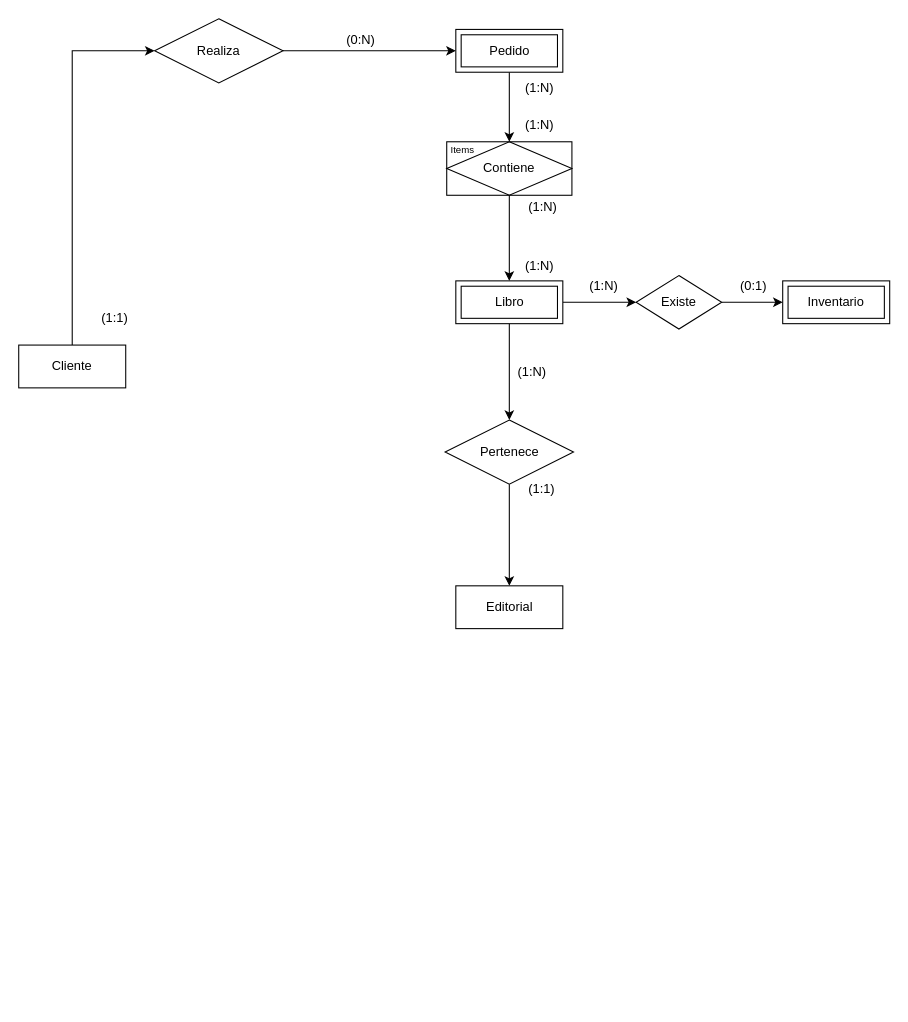
Earlier version of the draw.io diagram modelo.drawio (Starleen1996/Modelado_Datos). Source tidied: cells renumbered, new cells numbered last; positions are measured from the earlier drawing's top-left corner, leaving out a move shared by most shapes. Both pictures are drawn from the tidied source at 107%, with x=0, y=0 at pixel (18, 18).
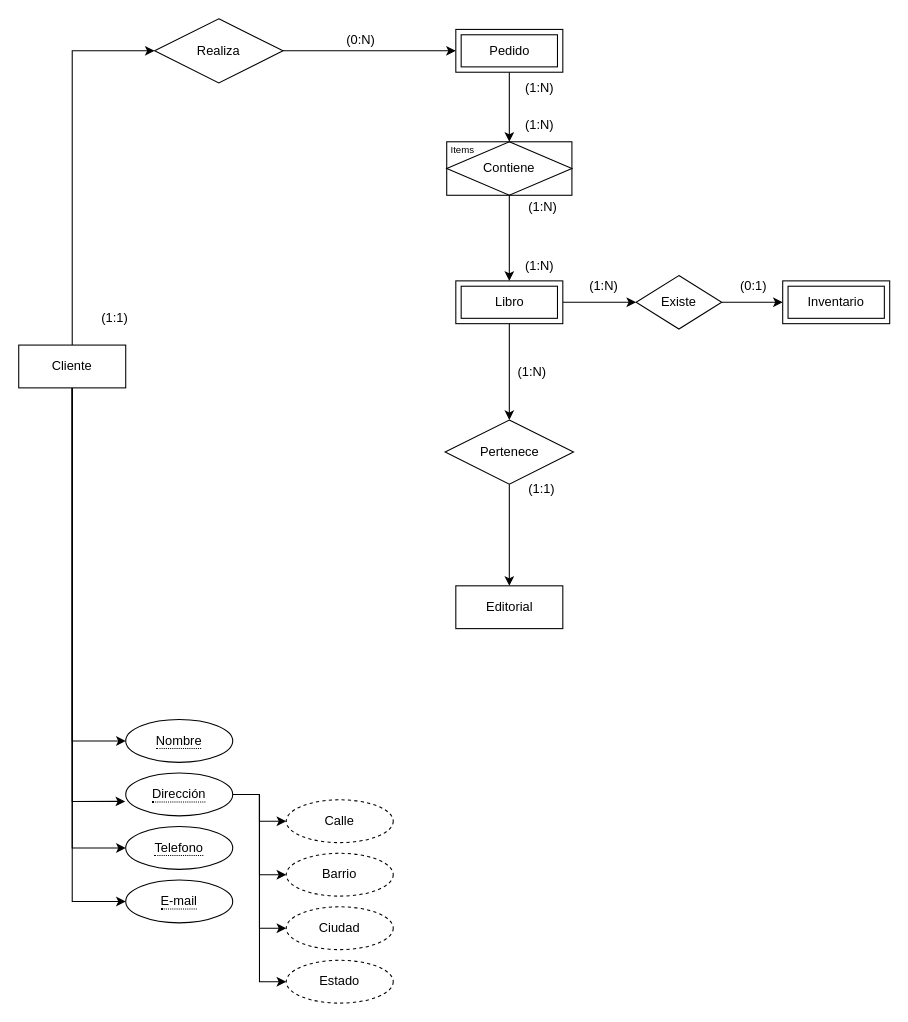
The same diagram, later.

The change refers to these unchanged cells:
```xml
<mxCell id="3" value="Cliente" style="whiteSpace=wrap;html=1;align=center;" parent="1" vertex="1">
  <mxGeometry y="305" width="100" height="40" as="geometry" />
</mxCell>
```

What changed in the source:
```diff
@@
+    <mxCell id="30" style="edgeStyle=orthogonalEdgeStyle;rounded=0;jettySize=auto;html=1;entryX=0;entryY=0.5;entryDx=0;entryDy=0;exitX=0.5;exitY=1;exitDx=0;exitDy=0;" parent="1" edge="1" source="3" target="33">
+      <mxGeometry relative="1" as="geometry" />
+    </mxCell>
+    <mxCell id="31" style="edgeStyle=orthogonalEdgeStyle;rounded=0;jettySize=auto;html=1;entryX=0;entryY=0.5;entryDx=0;entryDy=0;" parent="1" edge="1" source="3" target="40">
+      <mxGeometry relative="1" as="geometry" />
+    </mxCell>
+    <mxCell id="32" style="edgeStyle=orthogonalEdgeStyle;rounded=0;jettySize=auto;html=1;entryX=0;entryY=0.5;entryDx=0;entryDy=0;" parent="1" edge="1" source="3" target="41">
+      <mxGeometry relative="1" as="geometry" />
+    </mxCell>
@@
+    <mxCell id="33" value="&lt;span style=&quot;border-bottom: 1px dotted&quot;&gt;Nombre&lt;/span&gt;" style="ellipse;whiteSpace=wrap;html=1;align=center;" parent="1" vertex="1">
+      <mxGeometry x="100" y="655" width="100" height="40" as="geometry" />
+    </mxCell>
+    <mxCell id="34" style="edgeStyle=orthogonalEdgeStyle;rounded=0;jettySize=auto;html=1;entryX=0;entryY=0.5;entryDx=0;entryDy=0;" parent="1" edge="1" source="38" target="42">
+      <mxGeometry relative="1" as="geometry" />
+    </mxCell>
+    <mxCell id="35" style="edgeStyle=orthogonalEdgeStyle;rounded=0;jettySize=auto;html=1;entryX=0;entryY=0.5;entryDx=0;entryDy=0;" parent="1" edge="1" source="38" target="43">
+      <mxGeometry relative="1" as="geometry" />
+    </mxCell>
+    <mxCell id="36" style="edgeStyle=orthogonalEdgeStyle;rounded=0;jettySize=auto;html=1;entryX=0;entryY=0.5;entryDx=0;entryDy=0;" parent="1" edge="1" source="38" target="44">
+      <mxGeometry relative="1" as="geometry" />
+    </mxCell>
+    <mxCell id="37" style="edgeStyle=orthogonalEdgeStyle;rounded=0;jettySize=auto;html=1;entryX=0;entryY=0.5;entryDx=0;entryDy=0;" parent="1" edge="1" source="38" target="45">
+      <mxGeometry relative="1" as="geometry" />
+    </mxCell>
+    <mxCell id="38" value="&lt;span style=&quot;border-bottom: 1px dotted&quot;&gt;Dirección&lt;/span&gt;" style="ellipse;whiteSpace=wrap;html=1;align=center;" parent="1" vertex="1">
+      <mxGeometry x="100" y="705" width="100" height="40" as="geometry" />
+    </mxCell>
+    <mxCell id="39" style="edgeStyle=orthogonalEdgeStyle;rounded=0;jettySize=auto;html=1;entryX=-0.005;entryY=0.662;entryDx=0;entryDy=0;entryPerimeter=0;" parent="1" edge="1" source="3" target="38">
+      <mxGeometry relative="1" as="geometry" />
+    </mxCell>
+    <mxCell id="40" value="&lt;span style=&quot;border-bottom: 1px dotted&quot;&gt;Telefono&lt;/span&gt;" style="ellipse;whiteSpace=wrap;html=1;align=center;" parent="1" vertex="1">
+      <mxGeometry x="100" y="755" width="100" height="40" as="geometry" />
+    </mxCell>
+    <mxCell id="41" value="&lt;span style=&quot;border-bottom: 1px dotted&quot;&gt;E-mail&lt;/span&gt;" style="ellipse;whiteSpace=wrap;html=1;align=center;" parent="1" vertex="1">
+      <mxGeometry x="100" y="805" width="100" height="40" as="geometry" />
+    </mxCell>
+    <mxCell id="42" value="Calle" style="ellipse;whiteSpace=wrap;html=1;align=center;dashed=1;" parent="1" vertex="1">
+      <mxGeometry x="250" y="730" width="100" height="40" as="geometry" />
+    </mxCell>
+    <mxCell id="43" value="Barrio" style="ellipse;whiteSpace=wrap;html=1;align=center;dashed=1;" parent="1" vertex="1">
+      <mxGeometry x="250" y="780" width="100" height="40" as="geometry" />
+    </mxCell>
+    <mxCell id="44" value="Ciudad" style="ellipse;whiteSpace=wrap;html=1;align=center;dashed=1;" parent="1" vertex="1">
+      <mxGeometry x="250" y="830" width="100" height="40" as="geometry" />
+    </mxCell>
+    <mxCell id="45" value="Estado" style="ellipse;whiteSpace=wrap;html=1;align=center;dashed=1;" parent="1" vertex="1">
+      <mxGeometry x="250" y="880" width="100" height="40" as="geometry" />
+    </mxCell>
```
